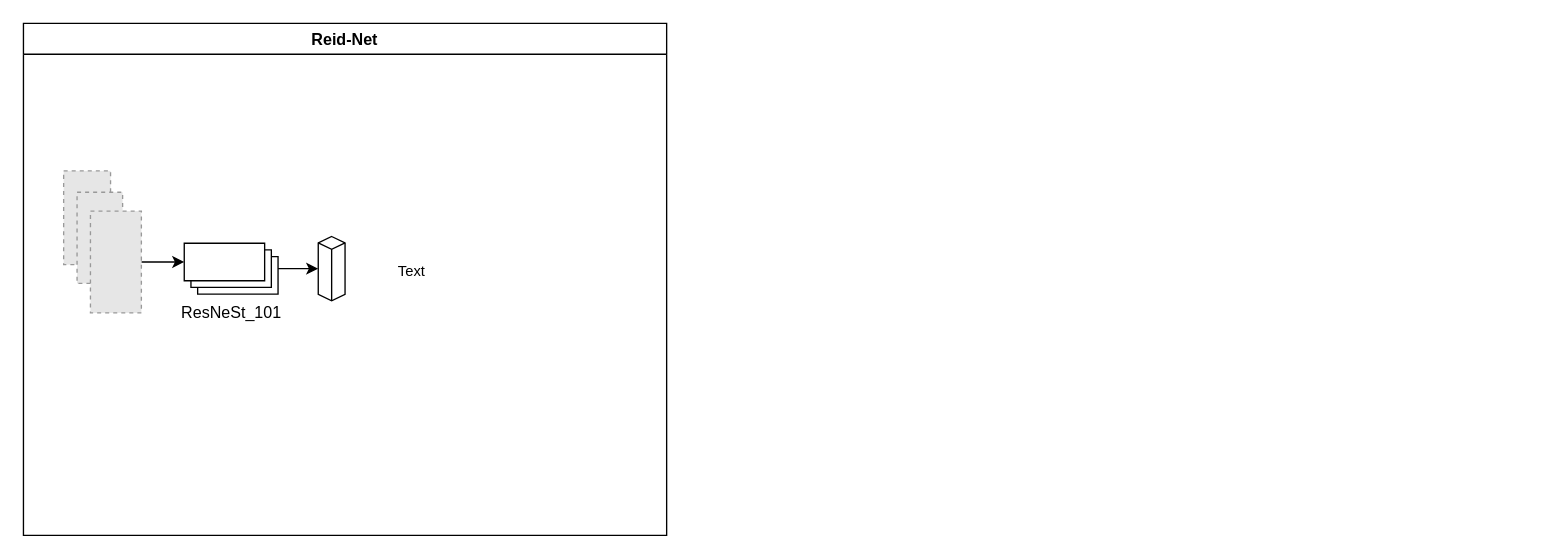
Wu-Xiang123/Hello-GItHub keeps this draw.io diagram as naic21.drawio. Above is the earlier version. Source tidied: cells renumbered, new cells numbered last; positions are measured from the earlier drawing's top-left corner, leaving out a move shared by most shapes. Both pictures are drawn from the tidied source at 134%, with x=0, y=0 at pixel (23, 23). Pictures stored in the file or linked from it are replaced by grey dashed boxes.
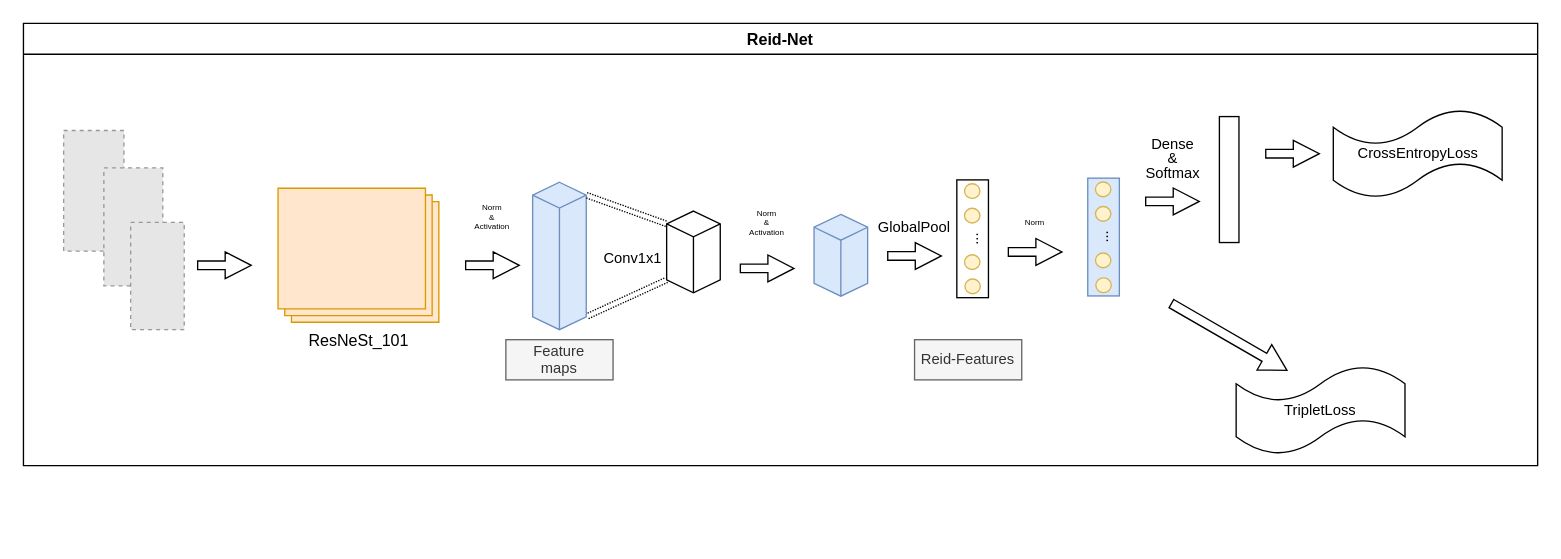
Above is the later version.

Change to the diagram source:
```diff
@@
     <mxCell id="2" value="Reid-Net" style="swimlane;" parent="1" vertex="1">
-      <mxGeometry width="480" height="382" as="geometry" />
+      <mxGeometry width="1130" height="330" as="geometry" />
     </mxCell>
     <mxCell id="3" style="fillColor=#E6E6E6;strokeColor=#999999;dashed=1;verticalLabelPosition=bottom;labelBackgroundColor=default;verticalAlign=top;" parent="2" vertex="1">
-      <mxGeometry x="30" y="110" width="35" height="70" as="geometry" />
+      <mxGeometry x="30" y="79.9" width="45" height="90" as="geometry" />
     </mxCell>
     <mxCell id="4" style="fillColor=#E6E6E6;strokeColor=#999999;dashed=1;verticalLabelPosition=bottom;labelBackgroundColor=default;verticalAlign=top;" parent="2" vertex="1">
-      <mxGeometry x="40" y="126" width="34" height="68" as="geometry" />
+      <mxGeometry x="60" y="107.8" width="44" height="88" as="geometry" />
     </mxCell>
-    <mxCell id="5" style="edgeStyle=orthogonalEdgeStyle;rounded=0;jettySize=auto;html=1;entryX=0;entryY=0;entryDx=0;entryDy=14;entryPerimeter=0;" parent="2" edge="1" source="6" target="8">
-      <mxGeometry relative="1" as="geometry" />
-    </mxCell>
     <mxCell id="6" style="fillColor=#E6E6E6;strokeColor=#999999;dashed=1;verticalLabelPosition=bottom;labelBackgroundColor=default;verticalAlign=top;" parent="2" vertex="1">
-      <mxGeometry x="50" y="140" width="38" height="76" as="geometry" />
+      <mxGeometry x="80" y="148.5" width="40" height="80" as="geometry" />
     </mxCell>
-    <mxCell id="7" style="edgeStyle=orthogonalEdgeStyle;rounded=0;jettySize=auto;html=1;" parent="2" edge="1" source="8" target="9">
-      <mxGeometry relative="1" as="geometry" />
-    </mxCell>
-    <mxCell id="8" value="ResNeSt_101" style="verticalLabelPosition=bottom;verticalAlign=top;html=1;shape=mxgraph.basic.layered_rect;dx=10;outlineConnect=0;" parent="2" vertex="1">
-      <mxGeometry x="120" y="164" width="70" height="38" as="geometry" />
+    <mxCell id="8" value="ResNeSt_101" style="verticalLabelPosition=bottom;verticalAlign=top;html=1;shape=mxgraph.basic.layered_rect;dx=10;outlineConnect=0;fillColor=#ffe6cc;strokeColor=#d79b00;" parent="2" vertex="1">
+      <mxGeometry x="190" y="123" width="120" height="100" as="geometry" />
     </mxCell>
+    <mxCell id="11" style="edgeStyle=none;shape=link;rounded=0;jettySize=auto;html=1;exitX=0;exitY=0;exitDx=40;exitDy=100.39684963679537;exitPerimeter=0;entryX=0;entryY=0;entryDx=0;entryDy=51.39684963679536;entryPerimeter=0;fontSize=11;dashed=1;dashPattern=1 1;" parent="2" edge="1" source="9" target="12">
+      <mxGeometry relative="1" as="geometry" />
+    </mxCell>
-    <mxCell id="9" style="whiteSpace=wrap;html=1;shape=mxgraph.basic.isocube;isoAngle=15;" parent="2" vertex="1">
-      <mxGeometry x="220" y="159" width="20" height="48" as="geometry" />
+    <mxCell id="9" style="whiteSpace=wrap;html=1;shape=mxgraph.basic.isocube;isoAngle=15;rotation=0;fillColor=#dae8fc;strokeColor=#6c8ebf;" parent="2" vertex="1">
+      <mxGeometry x="380" y="118.5" width="40" height="110" as="geometry" />
     </mxCell>
-    <mxCell id="10" value="&lt;font style=&quot;font-size: 11px; line-height: 1;&quot;&gt;Text&lt;/font&gt;" style="text;html=1;strokeColor=none;fillColor=none;align=center;verticalAlign=middle;whiteSpace=wrap;rounded=0;fontSize=6;" parent="1" vertex="1">
-      <mxGeometry x="260" y="170" width="60" height="30" as="geometry" />
+    <mxCell id="10" value="&lt;font style=&quot;font-size: 11px; line-height: 1;&quot;&gt;Feature&lt;br style=&quot;font-size: 11px;&quot;&gt;maps&lt;br&gt;&lt;/font&gt;" style="text;html=1;strokeColor=#666666;fillColor=#f5f5f5;align=center;verticalAlign=middle;whiteSpace=wrap;rounded=0;fontSize=6;fontColor=#333333;" parent="2" vertex="1">
+      <mxGeometry x="360" y="236" width="80" height="30" as="geometry" />
     </mxCell>
+    <mxCell id="12" style="whiteSpace=wrap;html=1;shape=mxgraph.basic.isocube;isoAngle=15;rotation=0;" parent="2" vertex="1">
+      <mxGeometry x="480" y="140" width="40" height="61" as="geometry" />
+    </mxCell>
+    <mxCell id="13" style="group;" parent="2" vertex="1">
+      <mxGeometry x="699.5" y="118.5" width="52.8" height="83.3" as="geometry" />
+    </mxCell>
+    <mxCell id="14" style="group;" parent="13" vertex="1">
+      <mxGeometry y="0.5" width="52.8" height="77.8" as="geometry" />
+    </mxCell>
+    <mxCell id="15" value="..." style="rounded=0;whiteSpace=wrap;html=1;fontSize=11;rotation=-90;" parent="14" vertex="1">
+      <mxGeometry x="-35.1" y="29.9" width="87.9" height="23.6" as="geometry" />
+    </mxCell>
+    <mxCell id="16" style="verticalLabelPosition=bottom;verticalAlign=top;html=1;shape=mxgraph.flowchart.on-page_reference;fontSize=11;fillColor=#fff2cc;strokeColor=#d6b656;" parent="14" vertex="1">
+      <mxGeometry x="2.8" y="0.6" width="11.5" height="11" as="geometry" />
+    </mxCell>
+    <mxCell id="17" style="verticalLabelPosition=bottom;verticalAlign=top;html=1;shape=mxgraph.flowchart.on-page_reference;fontSize=11;fillColor=#fff2cc;strokeColor=#d6b656;" parent="14" vertex="1">
+      <mxGeometry x="2.8" y="18.9" width="11.5" height="11" as="geometry" />
+    </mxCell>
+    <mxCell id="18" style="verticalLabelPosition=bottom;verticalAlign=top;html=1;shape=mxgraph.flowchart.on-page_reference;fontSize=11;fillColor=#fff2cc;strokeColor=#d6b656;" parent="14" vertex="1">
+      <mxGeometry x="2.8" y="53.6" width="11.5" height="11" as="geometry" />
+    </mxCell>
+    <mxCell id="19" style="verticalLabelPosition=bottom;verticalAlign=top;html=1;shape=mxgraph.flowchart.on-page_reference;fontSize=11;fillColor=#fff2cc;strokeColor=#d6b656;" parent="13" vertex="1">
+      <mxGeometry x="3.1" y="72.2" width="11.5" height="11" as="geometry" />
+    </mxCell>
+    <mxCell id="20" value="CrossEntropyLoss" style="shape=tape;whiteSpace=wrap;html=1;fontSize=11;" parent="2" vertex="1">
+      <mxGeometry x="977.5" y="64.2" width="126" height="66" as="geometry" />
+    </mxCell>
+    <mxCell id="21" value="TripletLoss" style="shape=tape;whiteSpace=wrap;html=1;fontSize=11;" parent="2" vertex="1">
+      <mxGeometry x="905" y="255.7" width="126" height="66" as="geometry" />
+    </mxCell>
+    <mxCell id="22" style="html=1;shadow=0;dashed=0;align=center;verticalAlign=middle;shape=mxgraph.arrows2.arrow;dy=0.68;dx=19.45;notch=0;fontSize=11;" parent="2" vertex="1">
+      <mxGeometry x="130" y="170.5" width="40" height="20" as="geometry" />
+    </mxCell>
+    <mxCell id="23" style="html=1;shadow=0;dashed=0;align=center;verticalAlign=middle;shape=mxgraph.arrows2.arrow;dy=0.68;dx=19.45;notch=0;fontSize=11;" parent="2" vertex="1">
+      <mxGeometry x="330" y="170.5" width="40" height="20" as="geometry" />
+    </mxCell>
+    <mxCell id="24" style="html=1;shadow=0;dashed=0;align=center;verticalAlign=middle;shape=mxgraph.arrows2.arrow;dy=0.68;dx=19.45;notch=0;fontSize=11;" parent="2" vertex="1">
+      <mxGeometry x="645" y="163.5" width="40" height="20" as="geometry" />
+    </mxCell>
+    <mxCell id="25" style="html=1;shadow=0;dashed=0;align=center;verticalAlign=middle;shape=mxgraph.arrows2.arrow;dy=0.68;dx=19.45;notch=0;fontSize=11;rotation=30;" parent="2" vertex="1">
+      <mxGeometry x="850" y="223" width="99.6" height="21.9" as="geometry" />
+    </mxCell>
+    <mxCell id="26" style="html=1;shadow=0;dashed=0;align=center;verticalAlign=middle;shape=mxgraph.arrows2.arrow;dy=0.68;dx=19.45;notch=0;fontSize=11;" parent="2" vertex="1">
+      <mxGeometry x="927.1" y="87.2" width="40" height="20" as="geometry" />
+    </mxCell>
+    <mxCell id="27" value="&lt;font style=&quot;font-size: 11px; line-height: 1;&quot;&gt;Reid-Features&lt;br&gt;&lt;/font&gt;" style="text;html=1;strokeColor=#666666;fillColor=#f5f5f5;align=center;verticalAlign=middle;whiteSpace=wrap;rounded=0;fontSize=6;fontColor=#333333;" parent="2" vertex="1">
+      <mxGeometry x="665" y="236" width="80" height="30" as="geometry" />
+    </mxCell>
+    <mxCell id="28" style="jettySize=auto;html=1;exitX=0;exitY=0;exitDx=40;exitDy=9.60315036320464;exitPerimeter=0;fontSize=11;rounded=0;shape=link;entryX=0;entryY=0;entryDx=0;entryDy=9.60315036320464;entryPerimeter=0;dashed=1;dashPattern=1 1;" parent="2" edge="1" source="9" target="12">
+      <mxGeometry relative="1" as="geometry" />
+    </mxCell>
+    <mxCell id="29" value="&lt;font style=&quot;font-size: 11px; line-height: 1;&quot;&gt;Conv1x1&lt;br&gt;&lt;/font&gt;" style="text;html=1;align=center;verticalAlign=middle;whiteSpace=wrap;rounded=0;fontSize=6;" parent="2" vertex="1">
+      <mxGeometry x="430" y="160.5" width="50" height="28.5" as="geometry" />
+    </mxCell>
+    <mxCell id="30" value="&lt;font style=&quot;font-size: 11px; line-height: 1;&quot;&gt;GlobalPool&lt;br&gt;&lt;/font&gt;" style="text;html=1;align=center;verticalAlign=middle;whiteSpace=wrap;rounded=0;fontSize=6;" parent="2" vertex="1">
+      <mxGeometry x="640" y="137.5" width="50" height="28.5" as="geometry" />
+    </mxCell>
+    <mxCell id="31" value="Norm&lt;br&gt;&amp;amp;&lt;br&gt;Activation" style="text;html=1;align=center;verticalAlign=middle;whiteSpace=wrap;rounded=0;fontSize=6;" parent="2" vertex="1">
+      <mxGeometry x="325" y="130.8" width="50" height="28.5" as="geometry" />
+    </mxCell>
+    <mxCell id="32" style="whiteSpace=wrap;html=1;shape=mxgraph.basic.isocube;isoAngle=15;rotation=0;fillColor=#dae8fc;strokeColor=#6c8ebf;" parent="2" vertex="1">
+      <mxGeometry x="590" y="142.5" width="40" height="61" as="geometry" />
+    </mxCell>
+    <mxCell id="33" style="html=1;shadow=0;dashed=0;align=center;verticalAlign=middle;shape=mxgraph.arrows2.arrow;dy=0.68;dx=19.45;notch=0;fontSize=11;" parent="2" vertex="1">
+      <mxGeometry x="535" y="172.8" width="40" height="20" as="geometry" />
+    </mxCell>
+    <mxCell id="34" value="Norm&lt;br&gt;&amp;amp;&lt;br&gt;Activation" style="text;html=1;align=center;verticalAlign=middle;whiteSpace=wrap;rounded=0;fontSize=6;" parent="2" vertex="1">
+      <mxGeometry x="530" y="135" width="50" height="28.5" as="geometry" />
+    </mxCell>
+    <mxCell id="35" style="html=1;shadow=0;dashed=0;align=center;verticalAlign=middle;shape=mxgraph.arrows2.arrow;dy=0.68;dx=19.45;notch=0;fontSize=11;" parent="2" vertex="1">
+      <mxGeometry x="837.5" y="122.8" width="40" height="20" as="geometry" />
+    </mxCell>
+    <mxCell id="36" value="&lt;font style=&quot;font-size: 11px; line-height: 1;&quot;&gt;Dense&lt;br&gt;&amp;amp;&lt;br&gt;Softmax&lt;br&gt;&lt;/font&gt;" style="text;html=1;align=center;verticalAlign=middle;whiteSpace=wrap;rounded=0;fontSize=6;" parent="2" vertex="1">
+      <mxGeometry x="832.5" y="87.2" width="50" height="28.5" as="geometry" />
+    </mxCell>
+    <mxCell id="37" style="rounded=0;whiteSpace=wrap;html=1;fontSize=11;" parent="2" vertex="1">
+      <mxGeometry x="892.5" y="69.5" width="14.6" height="94" as="geometry" />
+    </mxCell>
+    <mxCell id="38" style="group;" parent="2" vertex="1">
+      <mxGeometry x="797.2" y="117.7" width="52.8" height="83.3" as="geometry" />
+    </mxCell>
+    <mxCell id="39" style="group;" parent="38" vertex="1">
+      <mxGeometry width="52.8" height="77.8" as="geometry" />
+    </mxCell>
+    <mxCell id="40" value="..." style="rounded=0;whiteSpace=wrap;html=1;fontSize=11;rotation=-90;fillColor=#dae8fc;strokeColor=#6c8ebf;" parent="39" vertex="1">
+      <mxGeometry x="-35.1" y="29.9" width="87.9" height="23.6" as="geometry" />
+    </mxCell>
+    <mxCell id="41" style="verticalLabelPosition=bottom;verticalAlign=top;html=1;shape=mxgraph.flowchart.on-page_reference;fontSize=11;fillColor=#fff2cc;strokeColor=#d6b656;" parent="39" vertex="1">
+      <mxGeometry x="2.8" y="0.6" width="11.5" height="11" as="geometry" />
+    </mxCell>
+    <mxCell id="42" style="verticalLabelPosition=bottom;verticalAlign=top;html=1;shape=mxgraph.flowchart.on-page_reference;fontSize=11;fillColor=#fff2cc;strokeColor=#d6b656;" parent="39" vertex="1">
+      <mxGeometry x="2.8" y="18.9" width="11.5" height="11" as="geometry" />
+    </mxCell>
+    <mxCell id="43" style="verticalLabelPosition=bottom;verticalAlign=top;html=1;shape=mxgraph.flowchart.on-page_reference;fontSize=11;fillColor=#fff2cc;strokeColor=#d6b656;" parent="39" vertex="1">
+      <mxGeometry x="2.8" y="53.6" width="11.5" height="11" as="geometry" />
+    </mxCell>
+    <mxCell id="44" style="verticalLabelPosition=bottom;verticalAlign=top;html=1;shape=mxgraph.flowchart.on-page_reference;fontSize=11;fillColor=#fff2cc;strokeColor=#d6b656;" parent="38" vertex="1">
+      <mxGeometry x="3.1" y="72.2" width="11.5" height="11" as="geometry" />
+    </mxCell>
+    <mxCell id="45" style="html=1;shadow=0;dashed=0;align=center;verticalAlign=middle;shape=mxgraph.arrows2.arrow;dy=0.68;dx=19.45;notch=0;fontSize=11;" parent="2" vertex="1">
+      <mxGeometry x="735" y="160.5" width="40" height="20" as="geometry" />
+    </mxCell>
+    <mxCell id="46" value="Norm" style="text;html=1;align=center;verticalAlign=middle;whiteSpace=wrap;rounded=0;fontSize=6;" parent="2" vertex="1">
+      <mxGeometry x="730" y="135" width="50" height="28.5" as="geometry" />
+    </mxCell>
```
